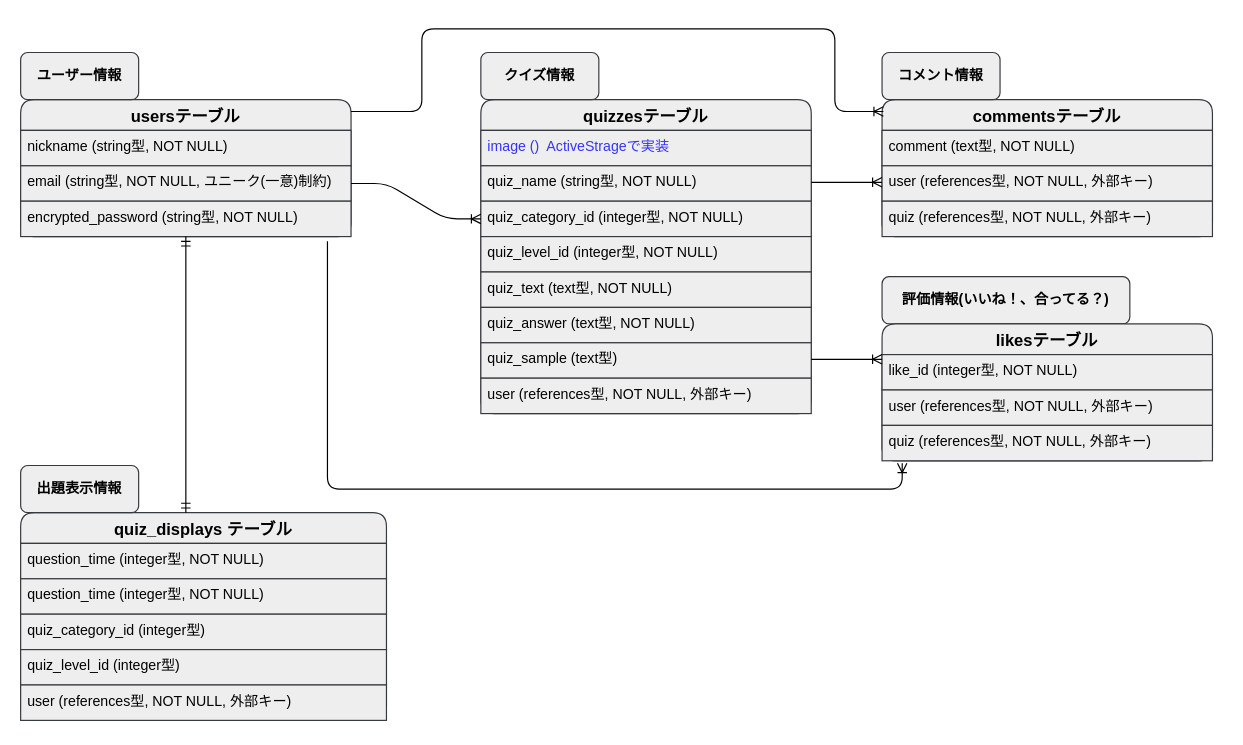
Earlier version of the draw.io diagram ER図.dio (yoshitarotsuda/timerquiz). Source tidied: cells renumbered, new cells numbered last; positions are measured from the earlier drawing's top-left corner, leaving out a move shared by most shapes. Both pictures are drawn from the tidied source at 118%, with x=0, y=0 at pixel (20, 28).
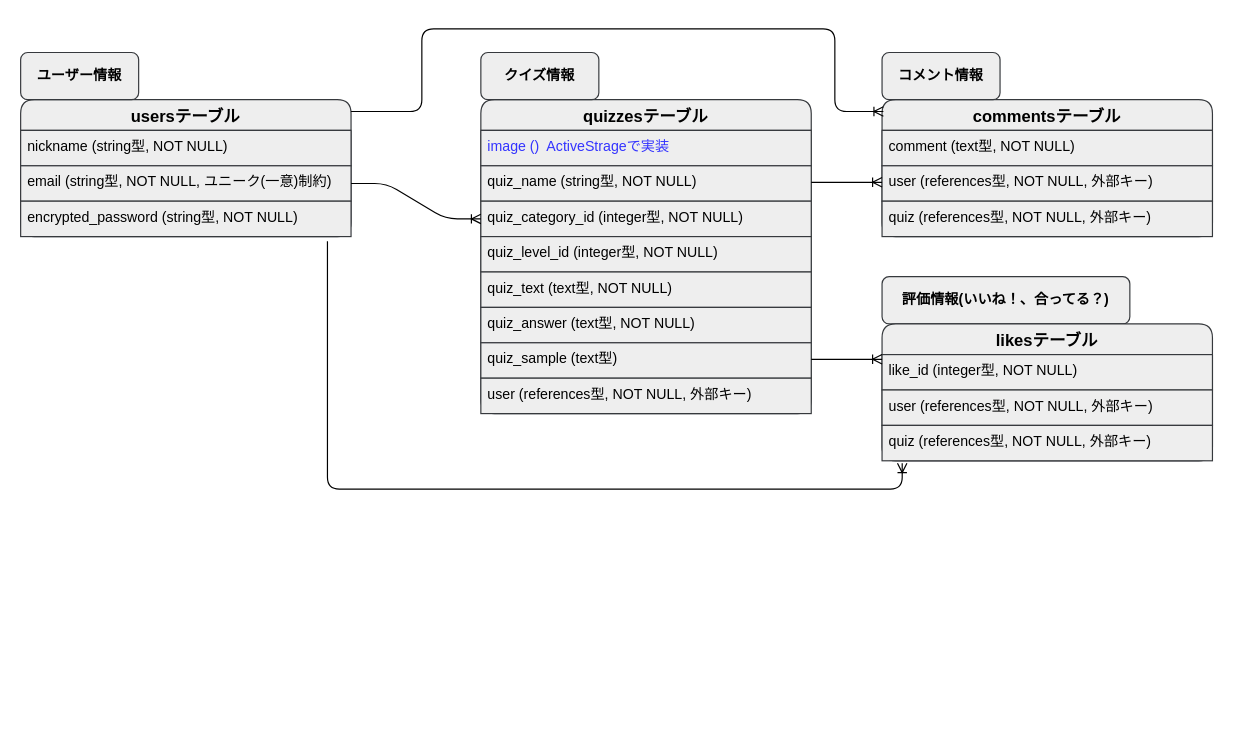
Above is the later version.

Unchanged cells that the change refers to:
```xml
<mxCell id="2" value="usersテーブル" style="swimlane;fontStyle=1;horizontal=1;startSize=26;align=center;fontSize=14;rounded=1;labelBackgroundColor=none;fillColor=#eeeeee;strokeColor=#36393d;fontColor=#000000;" parent="1" vertex="1">
  <mxGeometry y="60" width="280" height="116" as="geometry" />
</mxCell>
```

What changed in the source:
```diff
@@
-    <mxCell id="16" value="quiz_displays テーブル" style="swimlane;fontStyle=1;horizontal=1;startSize=26;align=center;fontSize=14;rounded=1;labelBackgroundColor=none;fillColor=#eeeeee;strokeColor=#36393d;fontColor=#000000;" parent="1" vertex="1">
-      <mxGeometry y="410" width="310" height="176" as="geometry" />
-    </mxCell>
-    <mxCell id="17" value="question_time (integer型, NOT NULL)" style="text;strokeColor=#36393d;fillColor=#eeeeee;spacingLeft=4;spacingRight=4;overflow=hidden;fontSize=12;fontColor=#000000;" parent="16" vertex="1">
-      <mxGeometry y="26" width="310" height="30" as="geometry" />
-    </mxCell>
-    <mxCell id="18" value="question_time (integer型, NOT NULL)" style="text;strokeColor=#36393d;fillColor=#eeeeee;spacingLeft=4;spacingRight=4;overflow=hidden;fontSize=12;fontColor=#000000;" parent="16" vertex="1">
-      <mxGeometry y="56" width="310" height="30" as="geometry" />
-    </mxCell>
-    <mxCell id="19" value="quiz_category_id (integer型)" style="text;strokeColor=#36393d;fillColor=#eeeeee;spacingLeft=4;spacingRight=4;overflow=hidden;fontSize=12;labelBackgroundColor=none;fontColor=#000000;" parent="16" vertex="1">
-      <mxGeometry y="86" width="310" height="30" as="geometry" />
-    </mxCell>
-    <mxCell id="20" value="quiz_level_id (integer型)" style="text;strokeColor=#36393d;fillColor=#eeeeee;spacingLeft=4;spacingRight=4;overflow=hidden;fontSize=12;fontColor=#000000;" parent="16" vertex="1">
-      <mxGeometry y="116" width="310" height="30" as="geometry" />
-    </mxCell>
-    <mxCell id="21" value="user (references型, NOT NULL, 外部キー)" style="text;strokeColor=#36393d;fillColor=#eeeeee;spacingLeft=4;spacingRight=4;overflow=hidden;fontSize=12;fontColor=#000000;" parent="16" vertex="1">
-      <mxGeometry y="146" width="310" height="30" as="geometry" />
-    </mxCell>
-    <mxCell id="22" style="edgeStyle=orthogonalEdgeStyle;rounded=0;orthogonalLoop=1;jettySize=auto;html=1;exitX=1;exitY=0.5;exitDx=0;exitDy=0;" parent="16" edge="1">
-      <mxGeometry relative="1" as="geometry">
-        <mxPoint x="310" y="41" as="sourcePoint" />
-        <mxPoint x="310" y="41" as="targetPoint" />
-      </mxGeometry>
-    </mxCell>
@@
-    <mxCell id="25" value="出題表示情報" style="whiteSpace=wrap;html=1;align=center;rounded=1;glass=0;labelBackgroundColor=none;strokeColor=#36393d;fillColor=#eeeeee;fontColor=#000000;fontStyle=1;" parent="1" vertex="1">
-      <mxGeometry y="370" width="100" height="40" as="geometry" />
-    </mxCell>
@@
-    <mxCell id="43" style="fontSize=12;html=1;endArrow=ERmandOne;startArrow=ERmandOne;fontColor=#000000;entryX=0.5;entryY=1;entryDx=0;entryDy=0;" parent="1" edge="1" target="2">
-      <mxGeometry relative="1" as="geometry">
-        <mxPoint x="140" y="410" as="sourcePoint" />
-      </mxGeometry>
-    </mxCell>
```
